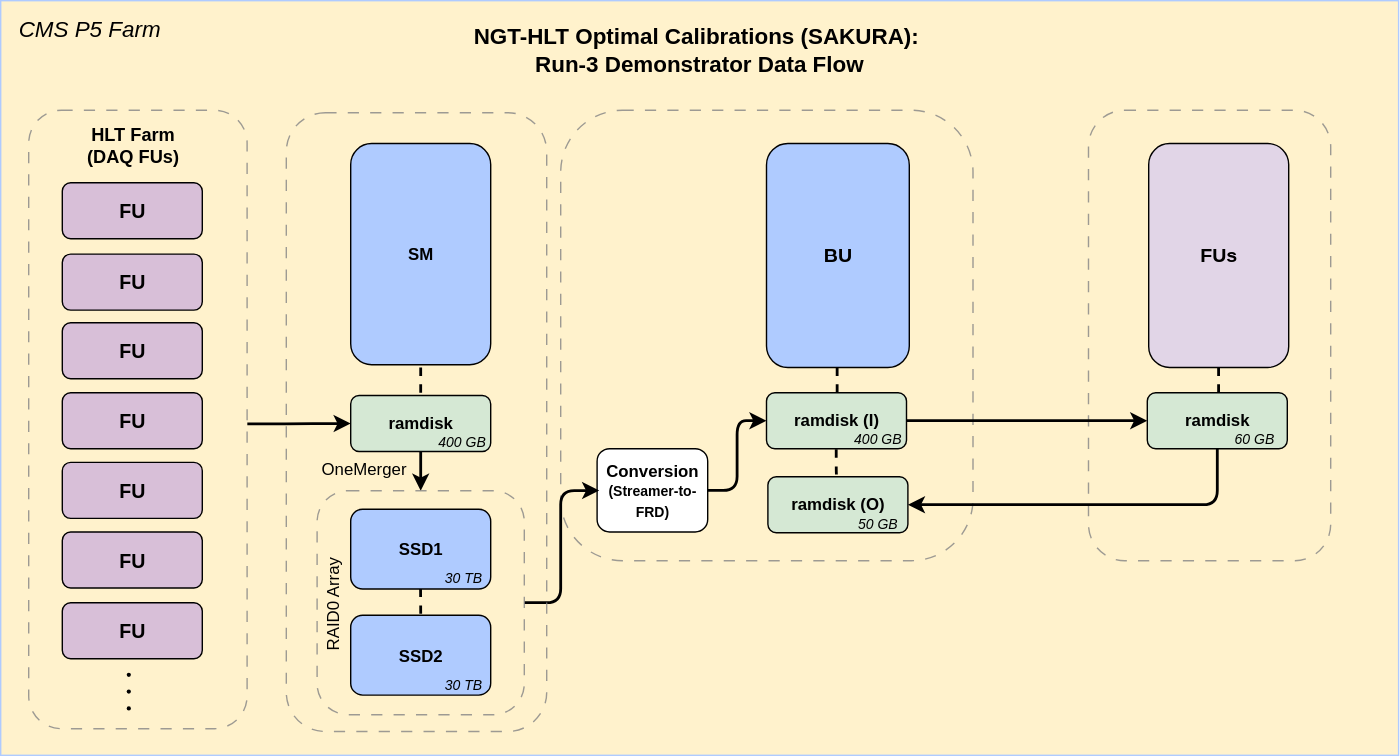
The draw.io diagram images/NGT_OptimalCalibrations-SAKURA_HLTTestStand-Demonstrator_Workflow-DataFlowSSDs.svg in cms-ngt-hlt/sakura, before a commit. Source tidied: cells renumbered, new cells last; positions are measured from the earlier drawing's top-left corner, leaving out a move shared by most shapes.
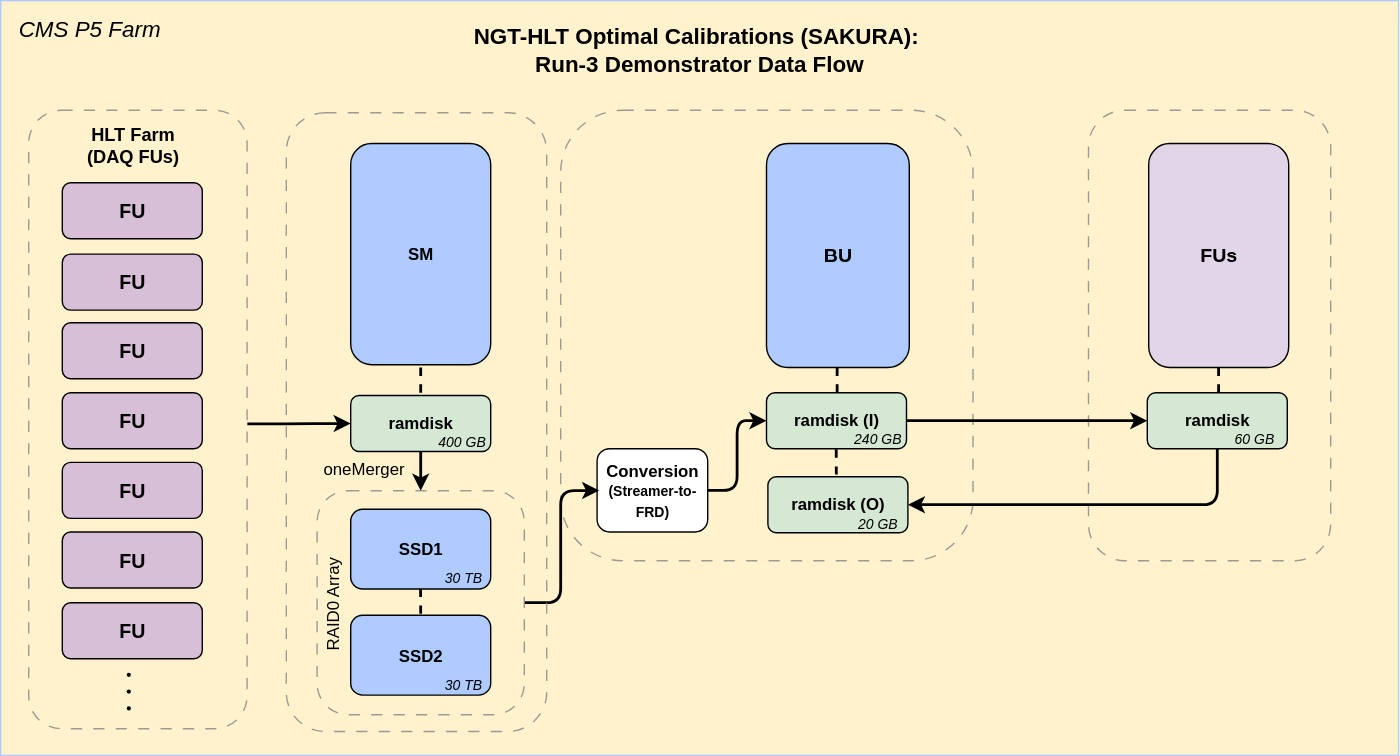
After the commit.

Diff of the diagram source:
```diff
@@ -159,19 +159,19 @@
     <mxCell id="45" value="&lt;b&gt;ramdisk (I)&lt;/b&gt;" style="rounded=1;whiteSpace=wrap;html=1;rotation=0;fillColor=#d5e8d4;strokeColor=#000000;" parent="2" vertex="1">
       <mxGeometry x="547" y="280" width="100" height="40" as="geometry" />
     </mxCell>
-    <mxCell id="46" value="&lt;i&gt;&lt;font style=&quot;font-size: 10px;&quot;&gt;400 GB&lt;/font&gt;&lt;/i&gt;" style="text;html=1;align=center;verticalAlign=middle;strokeColor=none;fillColor=none;fontSize=16;rotation=0;" parent="2" vertex="1">
+    <mxCell id="46" value="&lt;i&gt;&lt;font style=&quot;font-size: 10px;&quot;&gt;240 GB&lt;/font&gt;&lt;/i&gt;" style="text;html=1;align=center;verticalAlign=middle;strokeColor=none;fillColor=none;fontSize=16;rotation=0;" parent="2" vertex="1">
       <mxGeometry x="596" y="295.5" width="60" height="30" as="geometry" />
     </mxCell>
     <mxCell id="47" value="&lt;b&gt;ramdisk (O)&lt;/b&gt;" style="rounded=1;whiteSpace=wrap;html=1;rotation=0;fillColor=#d5e8d4;strokeColor=#000000;" parent="2" vertex="1">
       <mxGeometry x="548" y="340" width="100" height="40" as="geometry" />
     </mxCell>
-    <mxCell id="48" value="&lt;i&gt;&lt;font style=&quot;font-size: 10px;&quot;&gt;50 GB&lt;/font&gt;&lt;/i&gt;" style="text;html=1;align=center;verticalAlign=middle;strokeColor=none;fillColor=none;fontSize=16;rotation=0;" parent="2" vertex="1">
+    <mxCell id="48" value="&lt;i&gt;&lt;font style=&quot;font-size: 10px;&quot;&gt;20 GB&lt;/font&gt;&lt;/i&gt;" style="text;html=1;align=center;verticalAlign=middle;strokeColor=none;fillColor=none;fontSize=16;rotation=0;" parent="2" vertex="1">
       <mxGeometry x="601" y="355.5" width="50" height="30" as="geometry" />
     </mxCell>
     <mxCell id="49" value="&lt;i&gt;&lt;font style=&quot;font-size: 10px;&quot;&gt;60 GB&lt;/font&gt;&lt;/i&gt;" style="text;html=1;align=center;verticalAlign=middle;strokeColor=none;fillColor=none;fontSize=16;rotation=0;" parent="2" vertex="1">
       <mxGeometry x="869.5" y="295.5" width="50" height="30" as="geometry" />
     </mxCell>
-    <mxCell id="50" value="&lt;font style=&quot;font-size: 12px;&quot;&gt;OneMerger&lt;/font&gt;" style="text;html=1;align=center;verticalAlign=middle;strokeColor=none;fillColor=none;fontSize=16;rotation=0;" parent="2" vertex="1">
+    <mxCell id="50" value="&lt;font style=&quot;font-size: 12px;&quot;&gt;oneMerger&lt;/font&gt;" style="text;html=1;align=center;verticalAlign=middle;strokeColor=none;fillColor=none;fontSize=16;rotation=0;" parent="2" vertex="1">
       <mxGeometry x="219" y="318" width="80" height="30" as="geometry" />
     </mxCell>
     <mxCell id="51" style="edgeStyle=orthogonalEdgeStyle;rounded=1;orthogonalLoop=1;jettySize=auto;html=1;strokeColor=default;strokeWidth=2;curved=0;endArrow=none;endFill=1;spacingTop=0;exitX=0.5;exitY=1;exitDx=0;exitDy=0;startArrow=none;startFill=0;dashed=1;entryX=0.5;entryY=0;entryDx=0;entryDy=0;" parent="1" edge="1">
```
